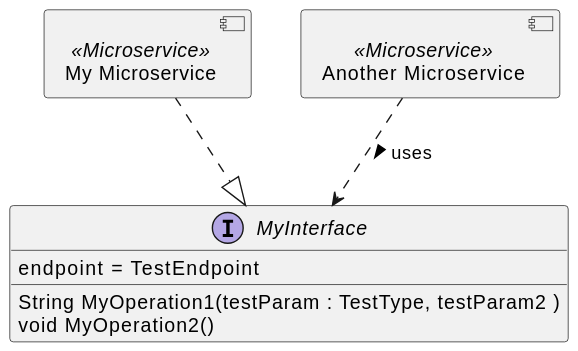
This is src/test/resources/gen/MySystem_umlDiagram.svg from josor001/mmv, a PlantUML export, as it was before one commit.
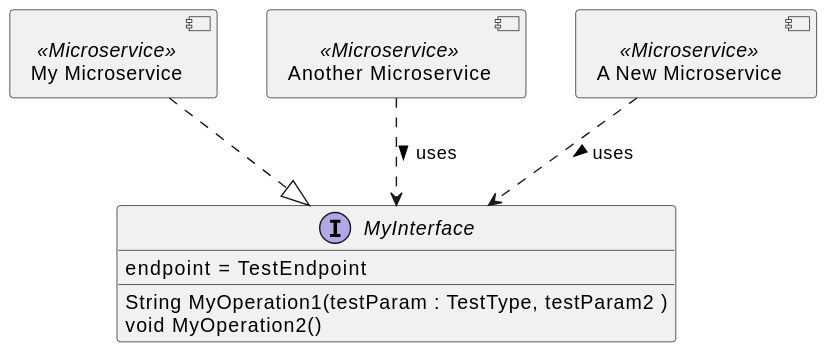
Later version of the same file.

What changed in the source:
```diff
@@ -8,5 +8,7 @@
 }
 MyMicroservice ..|>  MyInterface
 component [Another Microservice] << Microservice >> as AnotherMicroservice
+component [A New Microservice] << Microservice >> as ANewMicroservice
 AnotherMicroservice ..> MyInterface : uses >
+ANewMicroservice ..> MyInterface : uses >
 @enduml
```
